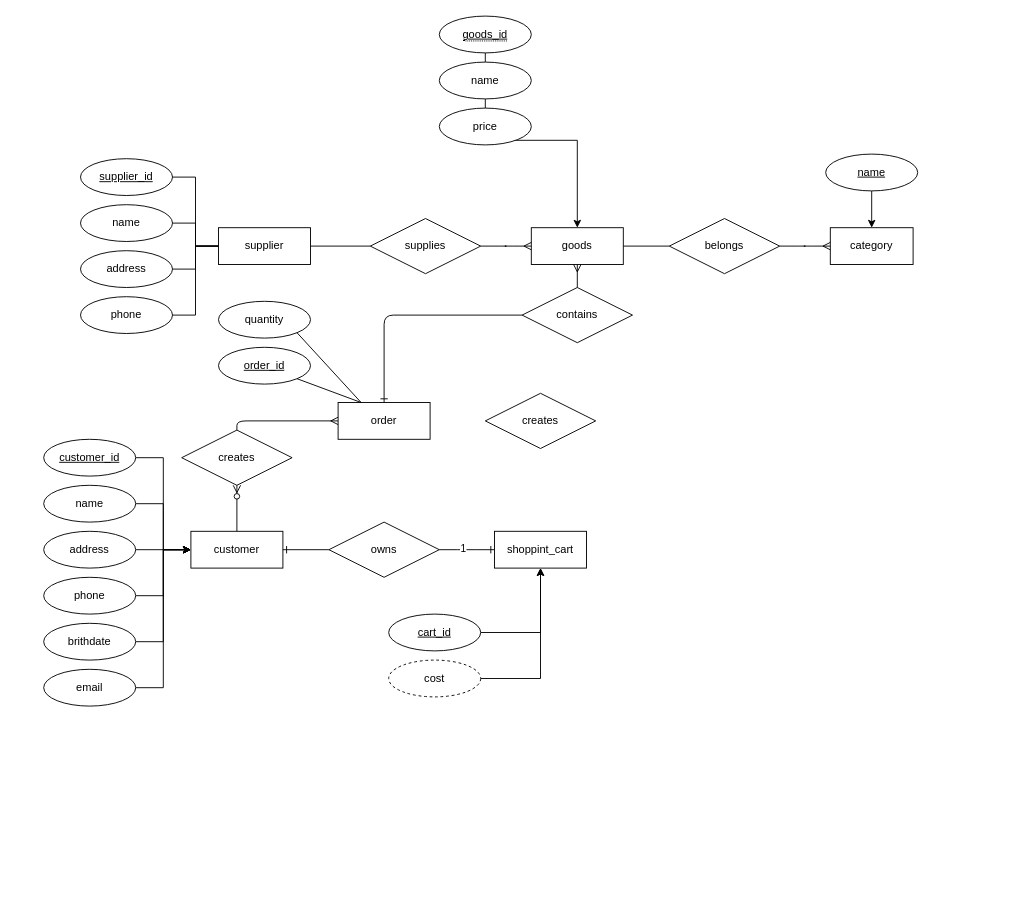
Before: Untitled Diagram.drawio in BoshiLee/ecommerce, a draw.io diagram. Source tidied: cells renumbered, new cells numbered last; positions are measured from the earlier drawing's top-left corner, leaving out a move shared by most shapes. Both pictures are drawn from the tidied source at 92%, with x=0, y=0 at pixel (43, 16).
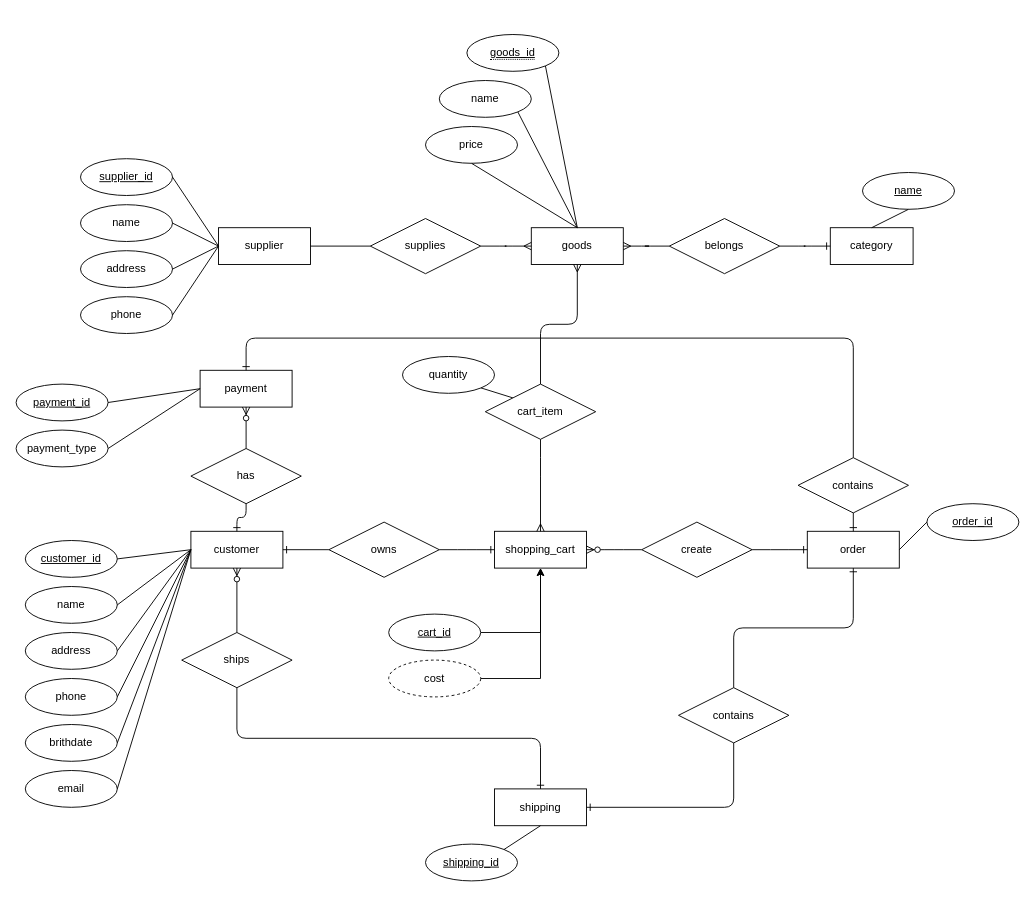
The same diagram, later.

Unchanged cells that the change refers to:
```xml
<mxCell id="2" value="supplier" style="rounded=0;whiteSpace=wrap;html=1;" parent="1" vertex="1">
  <mxGeometry x="190" y="230" width="100" height="40" as="geometry" />
</mxCell>
<mxCell id="3" value="goods" style="whiteSpace=wrap;html=1;align=center;" parent="1" vertex="1">
  <mxGeometry x="530" y="230" width="100" height="40" as="geometry" />
</mxCell>
<mxCell id="11" value="category" style="whiteSpace=wrap;html=1;align=center;" parent="1" vertex="1">
  <mxGeometry x="855" y="230" width="90" height="40" as="geometry" />
</mxCell>
<mxCell id="12" value="belongs" style="shape=rhombus;perimeter=rhombusPerimeter;whiteSpace=wrap;html=1;align=center;" parent="1" vertex="1">
  <mxGeometry x="680" y="220" width="120" height="60" as="geometry" />
</mxCell>
<mxCell id="15" value="customer" style="whiteSpace=wrap;html=1;align=center;" parent="1" vertex="1">
  <mxGeometry x="160" y="560" width="100" height="40" as="geometry" />
</mxCell>
<mxCell id="28" style="edgeStyle=entityRelationEdgeStyle;fontSize=12;html=1;endArrow=ERone;endFill=1;exitX=1;exitY=0.5;exitDx=0;exitDy=0;entryX=0;entryY=0.5;entryDx=0;entryDy=0;" parent="1" edge="1" source="26" target="27">
  <mxGeometry relative="1" as="geometry" />
</mxCell>
<mxCell id="50" value="supplier_id" style="ellipse;whiteSpace=wrap;html=1;align=center;fontStyle=4;" parent="1" vertex="1">
  <mxGeometry x="40" y="155" width="100" height="40" as="geometry" />
</mxCell>
<mxCell id="51" value="name" style="ellipse;whiteSpace=wrap;html=1;align=center;" parent="1" vertex="1">
  <mxGeometry x="40" y="205" width="100" height="40" as="geometry" />
</mxCell>
<mxCell id="52" value="address" style="ellipse;whiteSpace=wrap;html=1;align=center;" parent="1" vertex="1">
  <mxGeometry x="40" y="255" width="100" height="40" as="geometry" />
</mxCell>
<mxCell id="53" value="phone" style="ellipse;whiteSpace=wrap;html=1;align=center;" parent="1" vertex="1">
  <mxGeometry x="40" y="305" width="100" height="40" as="geometry" />
</mxCell>
```

The edit, as a diff of the source:
```diff
@@
-    <mxCell id="4" style="edgeStyle=orthogonalEdgeStyle;rounded=0;jettySize=auto;html=1;" parent="1" edge="1" source="5" target="3">
-      <mxGeometry relative="1" as="geometry" />
-    </mxCell>
     <mxCell id="5" value="&lt;span style=&quot;border-bottom: 1px dotted&quot;&gt;goods_id&lt;/span&gt;" style="ellipse;whiteSpace=wrap;html=1;align=center;fontStyle=4;" parent="1" vertex="1">
-      <mxGeometry x="430" width="100" height="40" as="geometry" />
+      <mxGeometry x="460" y="20" width="100" height="40" as="geometry" />
     </mxCell>
@@
     <mxCell id="9" value="name" style="ellipse;whiteSpace=wrap;html=1;align=center;" parent="1" vertex="1">
-      <mxGeometry x="430" y="50" width="100" height="40" as="geometry" />
+      <mxGeometry x="430" y="70" width="100" height="40" as="geometry" />
     </mxCell>
     <mxCell id="10" value="price" style="ellipse;whiteSpace=wrap;html=1;align=center;" parent="1" vertex="1">
-      <mxGeometry x="430" y="100" width="100" height="40" as="geometry" />
+      <mxGeometry x="415" y="120" width="100" height="40" as="geometry" />
     </mxCell>
@@
-    <mxCell id="13" style="edgeStyle=orthogonalEdgeStyle;rounded=0;jettySize=auto;html=1;" parent="1" edge="1" source="14" target="11">
-      <mxGeometry relative="1" as="geometry" />
-    </mxCell>
     <mxCell id="14" value="name" style="ellipse;whiteSpace=wrap;html=1;align=center;fontStyle=4;" parent="1" vertex="1">
-      <mxGeometry x="850" y="150" width="100" height="40" as="geometry" />
+      <mxGeometry x="890" y="170" width="100" height="40" as="geometry" />
     </mxCell>
@@
-    <mxCell id="16" style="edgeStyle=orthogonalEdgeStyle;rounded=0;jettySize=auto;html=1;exitX=1;exitY=0.5;exitDx=0;exitDy=0;entryX=0;entryY=0.5;entryDx=0;entryDy=0;" parent="1" edge="1" source="17" target="15">
-      <mxGeometry relative="1" as="geometry" />
-    </mxCell>
     <mxCell id="17" value="brithdate" style="ellipse;whiteSpace=wrap;html=1;align=center;" parent="1" vertex="1">
-      <mxGeometry y="660" width="100" height="40" as="geometry" />
+      <mxGeometry x="-20" y="770" width="100" height="40" as="geometry" />
     </mxCell>
-    <mxCell id="18" style="edgeStyle=orthogonalEdgeStyle;rounded=0;jettySize=auto;html=1;exitX=1;exitY=0.5;exitDx=0;exitDy=0;entryX=0;entryY=0.5;entryDx=0;entryDy=0;" parent="1" edge="1" source="19" target="15">
-      <mxGeometry relative="1" as="geometry" />
-    </mxCell>
     <mxCell id="19" value="customer_id" style="ellipse;whiteSpace=wrap;html=1;align=center;fontStyle=4;" parent="1" vertex="1">
-      <mxGeometry y="460" width="100" height="40" as="geometry" />
+      <mxGeometry x="-20" y="570" width="100" height="40" as="geometry" />
     </mxCell>
-    <mxCell id="20" style="edgeStyle=orthogonalEdgeStyle;rounded=0;jettySize=auto;html=1;entryX=0;entryY=0.5;entryDx=0;entryDy=0;" parent="1" edge="1" source="21" target="15">
-      <mxGeometry relative="1" as="geometry" />
-    </mxCell>
     <mxCell id="21" value="name" style="ellipse;whiteSpace=wrap;html=1;align=center;" parent="1" vertex="1">
-      <mxGeometry y="510" width="100" height="40" as="geometry" />
+      <mxGeometry x="-20" y="620" width="100" height="40" as="geometry" />
     </mxCell>
-    <mxCell id="22" style="edgeStyle=orthogonalEdgeStyle;rounded=0;jettySize=auto;html=1;" parent="1" edge="1" source="23" target="15">
-      <mxGeometry relative="1" as="geometry" />
-    </mxCell>
     <mxCell id="23" value="address" style="ellipse;whiteSpace=wrap;html=1;align=center;" parent="1" vertex="1">
-      <mxGeometry y="560" width="100" height="40" as="geometry" />
+      <mxGeometry x="-20" y="670" width="100" height="40" as="geometry" />
     </mxCell>
-    <mxCell id="24" style="edgeStyle=orthogonalEdgeStyle;rounded=0;jettySize=auto;html=1;entryX=0;entryY=0.5;entryDx=0;entryDy=0;" parent="1" edge="1" source="25" target="15">
-      <mxGeometry relative="1" as="geometry" />
-    </mxCell>
     <mxCell id="25" value="phone" style="ellipse;whiteSpace=wrap;html=1;align=center;" parent="1" vertex="1">
-      <mxGeometry y="610" width="100" height="40" as="geometry" />
+      <mxGeometry x="-20" y="720" width="100" height="40" as="geometry" />
     </mxCell>
@@
-    <mxCell id="27" value="shoppint_cart" style="whiteSpace=wrap;html=1;align=center;" parent="1" vertex="1">
+    <mxCell id="27" value="shopping_cart" style="whiteSpace=wrap;html=1;align=center;" parent="1" vertex="1">
       <mxGeometry x="490" y="560" width="100" height="40" as="geometry" />
     </mxCell>
@@
-    <mxCell id="29" value="1" style="edgeLabel;html=1;align=center;verticalAlign=middle;" parent="28" vertex="1">
-      <mxGeometry x="-0.17" y="2" relative="1" as="geometry" />
-    </mxCell>
@@
-    <mxCell id="34" value="contains" style="shape=rhombus;perimeter=rhombusPerimeter;whiteSpace=wrap;html=1;align=center;" parent="1" vertex="1">
-      <mxGeometry x="520" y="295" width="120" height="60" as="geometry" />
-    </mxCell>
-    <mxCell id="35" value="order" style="whiteSpace=wrap;html=1;align=center;" parent="1" vertex="1">
-      <mxGeometry x="320" y="420" width="100" height="40" as="geometry" />
-    </mxCell>
-    <mxCell id="36" style="edgeStyle=orthogonalEdgeStyle;rounded=0;jettySize=auto;html=1;entryX=0;entryY=0.5;entryDx=0;entryDy=0;" parent="1" edge="1" source="37" target="15">
-      <mxGeometry relative="1" as="geometry" />
-    </mxCell>
     <mxCell id="37" value="email" style="ellipse;whiteSpace=wrap;html=1;align=center;" parent="1" vertex="1">
-      <mxGeometry y="710" width="100" height="40" as="geometry" />
+      <mxGeometry x="-20" y="820" width="100" height="40" as="geometry" />
     </mxCell>
-    <mxCell id="38" style="endArrow=none;html=1;rounded=0;entryX=0;entryY=0.5;entryDx=0;entryDy=0;exitX=1;exitY=0.5;exitDx=0;exitDy=0;" parent="1" edge="1" source="3" target="12">
-      <mxGeometry relative="1" as="geometry" />
-    </mxCell>
-    <mxCell id="39" style="edgeStyle=entityRelationEdgeStyle;fontSize=12;html=1;endArrow=ERmany;entryX=0;entryY=0.5;entryDx=0;entryDy=0;exitX=1;exitY=0.5;exitDx=0;exitDy=0;" parent="1" edge="1" source="12" target="11">
+    <mxCell id="39" style="edgeStyle=entityRelationEdgeStyle;fontSize=12;html=1;endArrow=ERmany;entryX=1;entryY=0.5;entryDx=0;entryDy=0;exitX=0;exitY=0.5;exitDx=0;exitDy=0;" parent="1" edge="1" source="12" target="3">
       <mxGeometry relative="1" as="geometry" />
     </mxCell>
-    <mxCell id="40" style="fontSize=12;html=1;endArrow=ERone;endFill=1;exitX=0;exitY=0.5;exitDx=0;exitDy=0;entryX=0.5;entryY=0;entryDx=0;entryDy=0;edgeStyle=orthogonalEdgeStyle;" parent="1" edge="1" source="34" target="35">
-      <mxGeometry relative="1" as="geometry" />
-    </mxCell>
-    <mxCell id="41" style="fontSize=12;html=1;endArrow=ERmany;entryX=0.5;entryY=1;entryDx=0;entryDy=0;exitX=0.5;exitY=0;exitDx=0;exitDy=0;" parent="1" edge="1" source="34" target="3">
-      <mxGeometry relative="1" as="geometry" />
-    </mxCell>
-    <mxCell id="42" value="order_id" style="ellipse;whiteSpace=wrap;html=1;align=center;fontStyle=4;" parent="1" vertex="1">
-      <mxGeometry x="190" y="360" width="100" height="40" as="geometry" />
-    </mxCell>
-    <mxCell id="43" value="creates" style="shape=rhombus;perimeter=rhombusPerimeter;whiteSpace=wrap;html=1;align=center;" parent="1" vertex="1">
-      <mxGeometry x="150" y="450" width="120" height="60" as="geometry" />
-    </mxCell>
-    <mxCell id="44" style="fontSize=12;html=1;endArrow=ERmany;entryX=0;entryY=0.5;entryDx=0;entryDy=0;exitX=0.5;exitY=0;exitDx=0;exitDy=0;edgeStyle=orthogonalEdgeStyle;" parent="1" edge="1" source="43" target="35">
-      <mxGeometry relative="1" as="geometry" />
-    </mxCell>
@@
-    <mxCell id="46" style="endArrow=none;html=1;rounded=0;exitX=1;exitY=1;exitDx=0;exitDy=0;entryX=0.25;entryY=0;entryDx=0;entryDy=0;" parent="1" edge="1" source="42" target="35">
-      <mxGeometry relative="1" as="geometry" />
-    </mxCell>
-    <mxCell id="47" style="fontSize=12;html=1;endArrow=ERzeroToMany;endFill=1;exitX=0.5;exitY=0;exitDx=0;exitDy=0;entryX=0.5;entryY=1;entryDx=0;entryDy=0;edgeStyle=orthogonalEdgeStyle;" parent="1" edge="1" source="15" target="43">
-      <mxGeometry relative="1" as="geometry" />
-    </mxCell>
     <mxCell id="48" value="quantity" style="ellipse;whiteSpace=wrap;html=1;align=center;" parent="1" vertex="1">
-      <mxGeometry x="190" y="310" width="100" height="40" as="geometry" />
+      <mxGeometry x="390" y="370" width="100" height="40" as="geometry" />
     </mxCell>
-    <mxCell id="49" style="endArrow=none;html=1;rounded=0;exitX=0.25;exitY=0;exitDx=0;exitDy=0;entryX=1;entryY=1;entryDx=0;entryDy=0;" parent="1" edge="1" source="35" target="48">
+    <mxCell id="49" style="endArrow=none;html=1;rounded=0;entryX=1;entryY=1;entryDx=0;entryDy=0;exitX=0;exitY=0;exitDx=0;exitDy=0;" parent="1" edge="1" source="58" target="48">
       <mxGeometry relative="1" as="geometry" />
     </mxCell>
@@
-    <mxCell id="54" style="endArrow=none;html=1;rounded=0;exitX=1;exitY=0.5;exitDx=0;exitDy=0;entryX=0;entryY=0.5;entryDx=0;entryDy=0;edgeStyle=orthogonalEdgeStyle;" parent="1" edge="1" source="51" target="2">
+    <mxCell id="54" style="endArrow=none;html=1;rounded=0;exitX=1;exitY=0.5;exitDx=0;exitDy=0;entryX=0;entryY=0.5;entryDx=0;entryDy=0;" parent="1" edge="1" source="51" target="2">
       <mxGeometry relative="1" as="geometry" />
     </mxCell>
-    <mxCell id="55" style="endArrow=none;html=1;rounded=0;exitX=1;exitY=0.5;exitDx=0;exitDy=0;entryX=0;entryY=0.5;entryDx=0;entryDy=0;edgeStyle=orthogonalEdgeStyle;" parent="1" edge="1" source="50" target="2">
+    <mxCell id="55" style="endArrow=none;html=1;rounded=0;exitX=1;exitY=0.5;exitDx=0;exitDy=0;entryX=0;entryY=0.5;entryDx=0;entryDy=0;" parent="1" edge="1" source="50" target="2">
       <mxGeometry relative="1" as="geometry" />
     </mxCell>
-    <mxCell id="56" style="endArrow=none;html=1;rounded=0;exitX=1;exitY=0.5;exitDx=0;exitDy=0;entryX=0;entryY=0.5;entryDx=0;entryDy=0;edgeStyle=orthogonalEdgeStyle;" parent="1" edge="1" source="52" target="2">
+    <mxCell id="56" style="endArrow=none;html=1;rounded=0;exitX=1;exitY=0.5;exitDx=0;exitDy=0;entryX=0;entryY=0.5;entryDx=0;entryDy=0;" parent="1" edge="1" source="52" target="2">
       <mxGeometry relative="1" as="geometry" />
     </mxCell>
-    <mxCell id="57" style="endArrow=none;html=1;rounded=0;exitX=1;exitY=0.5;exitDx=0;exitDy=0;entryX=0;entryY=0.5;entryDx=0;entryDy=0;edgeStyle=orthogonalEdgeStyle;" parent="1" edge="1" source="53" target="2">
+    <mxCell id="57" style="endArrow=none;html=1;rounded=0;exitX=1;exitY=0.5;exitDx=0;exitDy=0;entryX=0;entryY=0.5;entryDx=0;entryDy=0;" parent="1" edge="1" source="53" target="2">
       <mxGeometry relative="1" as="geometry" />
     </mxCell>
-    <mxCell id="58" value="creates" style="shape=rhombus;perimeter=rhombusPerimeter;whiteSpace=wrap;html=1;align=center;" parent="1" vertex="1">
-      <mxGeometry x="480" y="410" width="120" height="60" as="geometry" />
+    <mxCell id="58" value="cart_item" style="shape=rhombus;perimeter=rhombusPerimeter;whiteSpace=wrap;html=1;align=center;" parent="1" vertex="1">
+      <mxGeometry x="480" y="400" width="120" height="60" as="geometry" />
     </mxCell>
+    <mxCell id="59" style="fontSize=12;html=1;endArrow=ERmany;entryX=0.5;entryY=0;entryDx=0;entryDy=0;exitX=0.5;exitY=1;exitDx=0;exitDy=0;noJump=0;" parent="1" edge="1" source="58" target="27">
+      <mxGeometry relative="1" as="geometry">
+        <Array as="points">
+          <mxPoint x="540" y="490" />
+        </Array>
+      </mxGeometry>
+    </mxCell>
+    <mxCell id="60" style="edgeStyle=orthogonalEdgeStyle;fontSize=12;html=1;endArrow=ERmany;entryX=0.5;entryY=1;entryDx=0;entryDy=0;exitX=0.5;exitY=0;exitDx=0;exitDy=0;" parent="1" edge="1" source="58" target="3">
+      <mxGeometry relative="1" as="geometry" />
+    </mxCell>
+    <mxCell id="61" value="payment" style="whiteSpace=wrap;html=1;align=center;" parent="1" vertex="1">
+      <mxGeometry x="170" y="385" width="100" height="40" as="geometry" />
+    </mxCell>
+    <mxCell id="62" value="payment_id" style="ellipse;whiteSpace=wrap;html=1;align=center;fontStyle=4;" parent="1" vertex="1">
+      <mxGeometry x="-30" y="400" width="100" height="40" as="geometry" />
+    </mxCell>
+    <mxCell id="63" value="create" style="shape=rhombus;perimeter=rhombusPerimeter;whiteSpace=wrap;html=1;align=center;" parent="1" vertex="1">
+      <mxGeometry x="650" y="550" width="120" height="60" as="geometry" />
+    </mxCell>
+    <mxCell id="64" style="edgeStyle=entityRelationEdgeStyle;fontSize=12;html=1;endArrow=ERone;endFill=1;entryX=0;entryY=0.5;entryDx=0;entryDy=0;exitX=1;exitY=0.5;exitDx=0;exitDy=0;" parent="1" edge="1" source="12" target="11">
+      <mxGeometry relative="1" as="geometry" />
+    </mxCell>
+    <mxCell id="65" value="&lt;span&gt;payment_type&lt;/span&gt;" style="ellipse;whiteSpace=wrap;html=1;align=center;fontStyle=0;" parent="1" vertex="1">
+      <mxGeometry x="-30" y="450" width="100" height="40" as="geometry" />
+    </mxCell>
+    <mxCell id="66" style="endArrow=none;html=1;rounded=0;entryX=0;entryY=0.5;entryDx=0;entryDy=0;exitX=1;exitY=0.5;exitDx=0;exitDy=0;" parent="1" edge="1" source="65" target="61">
+      <mxGeometry relative="1" as="geometry" />
+    </mxCell>
+    <mxCell id="67" style="endArrow=none;html=1;rounded=0;entryX=1;entryY=0.5;entryDx=0;entryDy=0;exitX=0;exitY=0.5;exitDx=0;exitDy=0;" parent="1" edge="1" source="61" target="62">
+      <mxGeometry relative="1" as="geometry" />
+    </mxCell>
+    <mxCell id="68" value="shipping" style="whiteSpace=wrap;html=1;align=center;" parent="1" vertex="1">
+      <mxGeometry x="490" y="840" width="100" height="40" as="geometry" />
+    </mxCell>
+    <mxCell id="69" value="shipping_id" style="ellipse;whiteSpace=wrap;html=1;align=center;fontStyle=4;" parent="1" vertex="1">
+      <mxGeometry x="415" y="900" width="100" height="40" as="geometry" />
+    </mxCell>
+    <mxCell id="70" style="endArrow=none;html=1;rounded=0;entryX=0.5;entryY=1;entryDx=0;entryDy=0;exitX=1;exitY=0;exitDx=0;exitDy=0;" parent="1" edge="1" source="69" target="68">
+      <mxGeometry relative="1" as="geometry" />
+    </mxCell>
+    <mxCell id="71" value="ships" style="shape=rhombus;perimeter=rhombusPerimeter;whiteSpace=wrap;html=1;align=center;" parent="1" vertex="1">
+      <mxGeometry x="150" y="670" width="120" height="60" as="geometry" />
+    </mxCell>
+    <mxCell id="72" style="edgeStyle=orthogonalEdgeStyle;fontSize=12;html=1;endArrow=ERone;endFill=1;exitX=0.5;exitY=1;exitDx=0;exitDy=0;entryX=0.5;entryY=0;entryDx=0;entryDy=0;" parent="1" edge="1" source="71" target="68">
+      <mxGeometry relative="1" as="geometry" />
+    </mxCell>
+    <mxCell id="73" value="has" style="shape=rhombus;perimeter=rhombusPerimeter;whiteSpace=wrap;html=1;align=center;" parent="1" vertex="1">
+      <mxGeometry x="160" y="470" width="120" height="60" as="geometry" />
+    </mxCell>
+    <mxCell id="74" style="edgeStyle=orthogonalEdgeStyle;fontSize=12;html=1;endArrow=ERzeroToMany;endFill=1;exitX=0.5;exitY=0;exitDx=0;exitDy=0;entryX=0.5;entryY=1;entryDx=0;entryDy=0;" parent="1" edge="1" source="73" target="61">
+      <mxGeometry relative="1" as="geometry" />
+    </mxCell>
+    <mxCell id="75" style="edgeStyle=orthogonalEdgeStyle;fontSize=12;html=1;endArrow=ERone;endFill=1;exitX=0.5;exitY=1;exitDx=0;exitDy=0;sketch=0;shadow=0;rounded=1;entryX=0.5;entryY=0;entryDx=0;entryDy=0;" parent="1" edge="1" source="73" target="15">
+      <mxGeometry relative="1" as="geometry" />
+    </mxCell>
+    <mxCell id="35" value="order" style="whiteSpace=wrap;html=1;align=center;" parent="1" vertex="1">
+      <mxGeometry x="830" y="560" width="100" height="40" as="geometry" />
+    </mxCell>
+    <mxCell id="76" value="contains" style="shape=rhombus;perimeter=rhombusPerimeter;whiteSpace=wrap;html=1;align=center;" parent="1" vertex="1">
+      <mxGeometry x="820" y="480" width="120" height="60" as="geometry" />
+    </mxCell>
+    <mxCell id="77" style="edgeStyle=orthogonalEdgeStyle;fontSize=12;html=1;endArrow=ERone;endFill=1;exitX=0.5;exitY=1;exitDx=0;exitDy=0;sketch=0;shadow=0;rounded=1;entryX=0.5;entryY=0;entryDx=0;entryDy=0;" parent="1" edge="1" source="76" target="35">
+      <mxGeometry relative="1" as="geometry" />
+    </mxCell>
+    <mxCell id="78" style="edgeStyle=orthogonalEdgeStyle;fontSize=12;html=1;endArrow=ERone;endFill=1;sketch=0;shadow=0;rounded=1;exitX=0.5;exitY=0;exitDx=0;exitDy=0;entryX=0.5;entryY=0;entryDx=0;entryDy=0;" parent="1" edge="1" source="76" target="61">
+      <mxGeometry relative="1" as="geometry">
+        <Array as="points">
+          <mxPoint x="880" y="350" />
+          <mxPoint x="220" y="350" />
+        </Array>
+      </mxGeometry>
+    </mxCell>
+    <mxCell id="79" style="edgeStyle=entityRelationEdgeStyle;fontSize=12;html=1;endArrow=ERone;endFill=1;shadow=0;entryX=0;entryY=0.5;entryDx=0;entryDy=0;exitX=1;exitY=0.5;exitDx=0;exitDy=0;" parent="1" edge="1" source="63" target="35">
+      <mxGeometry relative="1" as="geometry" />
+    </mxCell>
+    <mxCell id="80" style="edgeStyle=entityRelationEdgeStyle;fontSize=12;html=1;endArrow=ERzeroToMany;endFill=1;shadow=0;entryX=1;entryY=0.5;entryDx=0;entryDy=0;exitX=0;exitY=0.5;exitDx=0;exitDy=0;" parent="1" edge="1" source="63" target="27">
+      <mxGeometry relative="1" as="geometry" />
+    </mxCell>
+    <mxCell id="81" value="contains" style="shape=rhombus;perimeter=rhombusPerimeter;whiteSpace=wrap;html=1;align=center;" parent="1" vertex="1">
+      <mxGeometry x="690" y="730" width="120" height="60" as="geometry" />
+    </mxCell>
+    <mxCell id="42" value="order_id" style="ellipse;whiteSpace=wrap;html=1;align=center;fontStyle=4;" parent="1" vertex="1">
+      <mxGeometry x="960" y="530" width="100" height="40" as="geometry" />
+    </mxCell>
+    <mxCell id="82" style="endArrow=none;html=1;rounded=0;shadow=0;exitX=1;exitY=0.5;exitDx=0;exitDy=0;entryX=0;entryY=0.5;entryDx=0;entryDy=0;" parent="1" edge="1" source="35" target="42">
+      <mxGeometry relative="1" as="geometry" />
+    </mxCell>
+    <mxCell id="83" style="edgeStyle=orthogonalEdgeStyle;fontSize=12;html=1;endArrow=ERone;endFill=1;shadow=0;entryX=1;entryY=0.5;entryDx=0;entryDy=0;exitX=0.5;exitY=1;exitDx=0;exitDy=0;" parent="1" edge="1" source="81" target="68">
+      <mxGeometry relative="1" as="geometry" />
+    </mxCell>
+    <mxCell id="84" style="edgeStyle=orthogonalEdgeStyle;fontSize=12;html=1;endArrow=ERone;endFill=1;shadow=0;entryX=0.5;entryY=1;entryDx=0;entryDy=0;exitX=0.5;exitY=0;exitDx=0;exitDy=0;" parent="1" edge="1" source="81" target="35">
+      <mxGeometry relative="1" as="geometry" />
+    </mxCell>
+    <mxCell id="18" style="endArrow=none;html=1;rounded=0;shadow=0;exitX=1;exitY=0.5;exitDx=0;exitDy=0;entryX=0;entryY=0.5;entryDx=0;entryDy=0;" parent="1" edge="1" source="19" target="15">
+      <mxGeometry relative="1" as="geometry" />
+    </mxCell>
+    <mxCell id="20" style="endArrow=none;html=1;rounded=0;shadow=0;exitX=1;exitY=0.5;exitDx=0;exitDy=0;entryX=0;entryY=0.5;entryDx=0;entryDy=0;" parent="1" edge="1" source="21" target="15">
+      <mxGeometry relative="1" as="geometry" />
+    </mxCell>
+    <mxCell id="22" style="endArrow=none;html=1;rounded=0;shadow=0;exitX=1;exitY=0.5;exitDx=0;exitDy=0;entryX=0;entryY=0.5;entryDx=0;entryDy=0;" parent="1" edge="1" source="23" target="15">
+      <mxGeometry relative="1" as="geometry" />
+    </mxCell>
+    <mxCell id="24" style="endArrow=none;html=1;rounded=0;shadow=0;exitX=1;exitY=0.5;exitDx=0;exitDy=0;entryX=0;entryY=0.5;entryDx=0;entryDy=0;" parent="1" edge="1" source="25" target="15">
+      <mxGeometry relative="1" as="geometry" />
+    </mxCell>
+    <mxCell id="16" style="endArrow=none;html=1;rounded=0;shadow=0;exitX=1;exitY=0.5;exitDx=0;exitDy=0;entryX=0;entryY=0.5;entryDx=0;entryDy=0;" parent="1" edge="1" source="17" target="15">
+      <mxGeometry relative="1" as="geometry" />
+    </mxCell>
+    <mxCell id="36" style="endArrow=none;html=1;rounded=0;shadow=0;exitX=1;exitY=0.5;exitDx=0;exitDy=0;entryX=0;entryY=0.5;entryDx=0;entryDy=0;" parent="1" edge="1" source="37" target="15">
+      <mxGeometry relative="1" as="geometry" />
+    </mxCell>
+    <mxCell id="85" style="endArrow=none;html=1;rounded=0;entryX=1;entryY=1;entryDx=0;entryDy=0;exitX=0.5;exitY=0;exitDx=0;exitDy=0;" parent="1" edge="1" source="3" target="9">
+      <mxGeometry relative="1" as="geometry" />
+    </mxCell>
+    <mxCell id="86" style="endArrow=none;html=1;rounded=0;entryX=1;entryY=1;entryDx=0;entryDy=0;exitX=0.5;exitY=0;exitDx=0;exitDy=0;" parent="1" edge="1" source="3" target="5">
+      <mxGeometry relative="1" as="geometry" />
+    </mxCell>
+    <mxCell id="87" style="endArrow=none;html=1;rounded=0;entryX=0.5;entryY=1;entryDx=0;entryDy=0;exitX=0.5;exitY=0;exitDx=0;exitDy=0;" parent="1" edge="1" source="3" target="10">
+      <mxGeometry relative="1" as="geometry" />
+    </mxCell>
+    <mxCell id="88" style="endArrow=none;html=1;rounded=0;entryX=0.5;entryY=1;entryDx=0;entryDy=0;exitX=0.5;exitY=0;exitDx=0;exitDy=0;" parent="1" edge="1" source="11" target="14">
+      <mxGeometry relative="1" as="geometry" />
+    </mxCell>
+    <mxCell id="89" style="fontSize=12;html=1;endArrow=ERzeroToMany;endFill=1;shadow=0;entryX=0.5;entryY=1;entryDx=0;entryDy=0;exitX=0.5;exitY=0;exitDx=0;exitDy=0;" parent="1" edge="1" source="71" target="15">
+      <mxGeometry relative="1" as="geometry" />
+    </mxCell>
```
